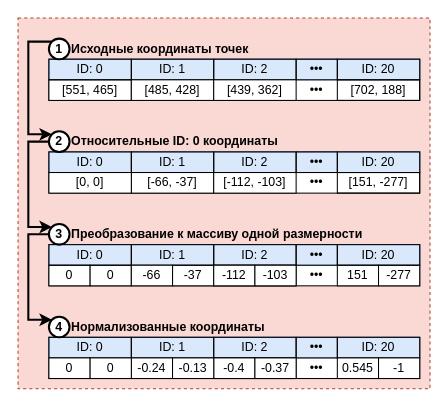
Earlier version of the draw.io diagram page "Page-1" (1 of 3) of docs/pics/super-scheme.drawio (in7erval/Gesturix). Source tidied: cells renumbered, new cells numbered last; positions are measured from the earlier drawing's top-left corner, leaving out a move shared by most shapes. Both pictures are drawn from the tidied source at 103%, with x=0, y=0 at pixel (18, 18).
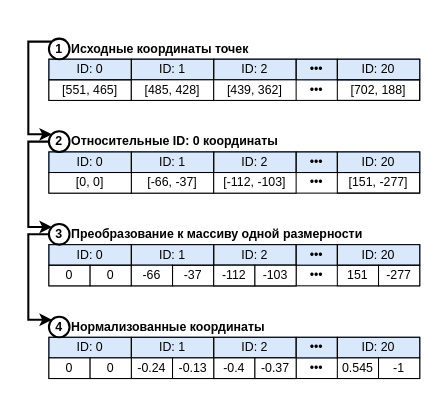
The same page after the edit.

Diff of the diagram source:
```diff
@@
-    <mxCell id="2" style="group;fillColor=none;" parent="1" vertex="1">
+    <mxCell id="2" style="group;fillColor=default;" parent="1" vertex="1">
       <mxGeometry width="400" height="360" as="geometry" />
     </mxCell>
-    <mxCell id="3" style="rounded=0;whiteSpace=wrap;html=1;strokeColor=#ae4132;strokeWidth=1;fillColor=#fad9d5;dashed=1;" parent="2" vertex="1">
+    <mxCell id="3" style="rounded=0;whiteSpace=wrap;html=1;strokeColor=none;strokeWidth=1;fillColor=none;dashed=1;" parent="2" vertex="1">
       <mxGeometry width="400" height="360" as="geometry" />
     </mxCell>
```
